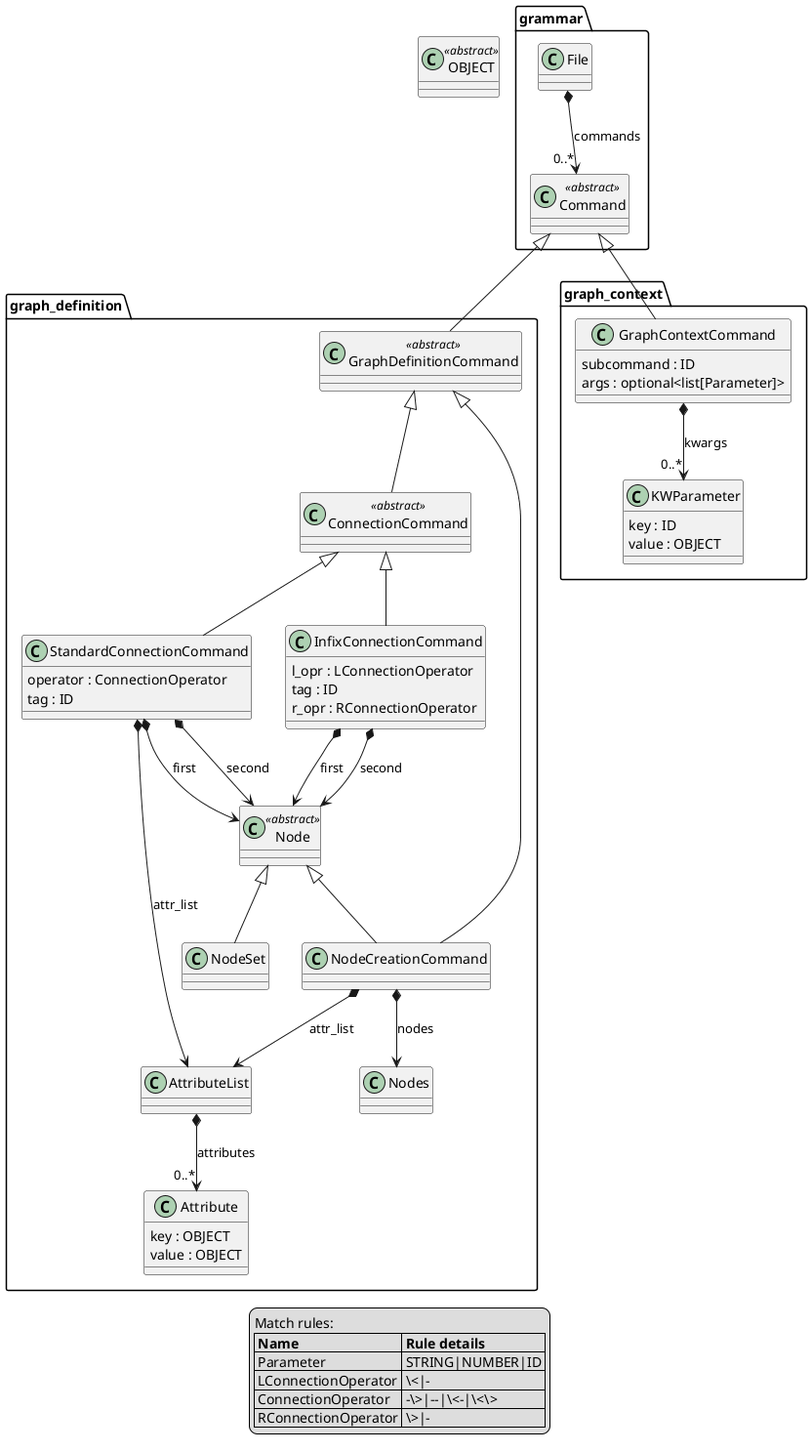
Earlier version of the PlantUML export grammar.png (aleksa-dejanovic/GMLang).
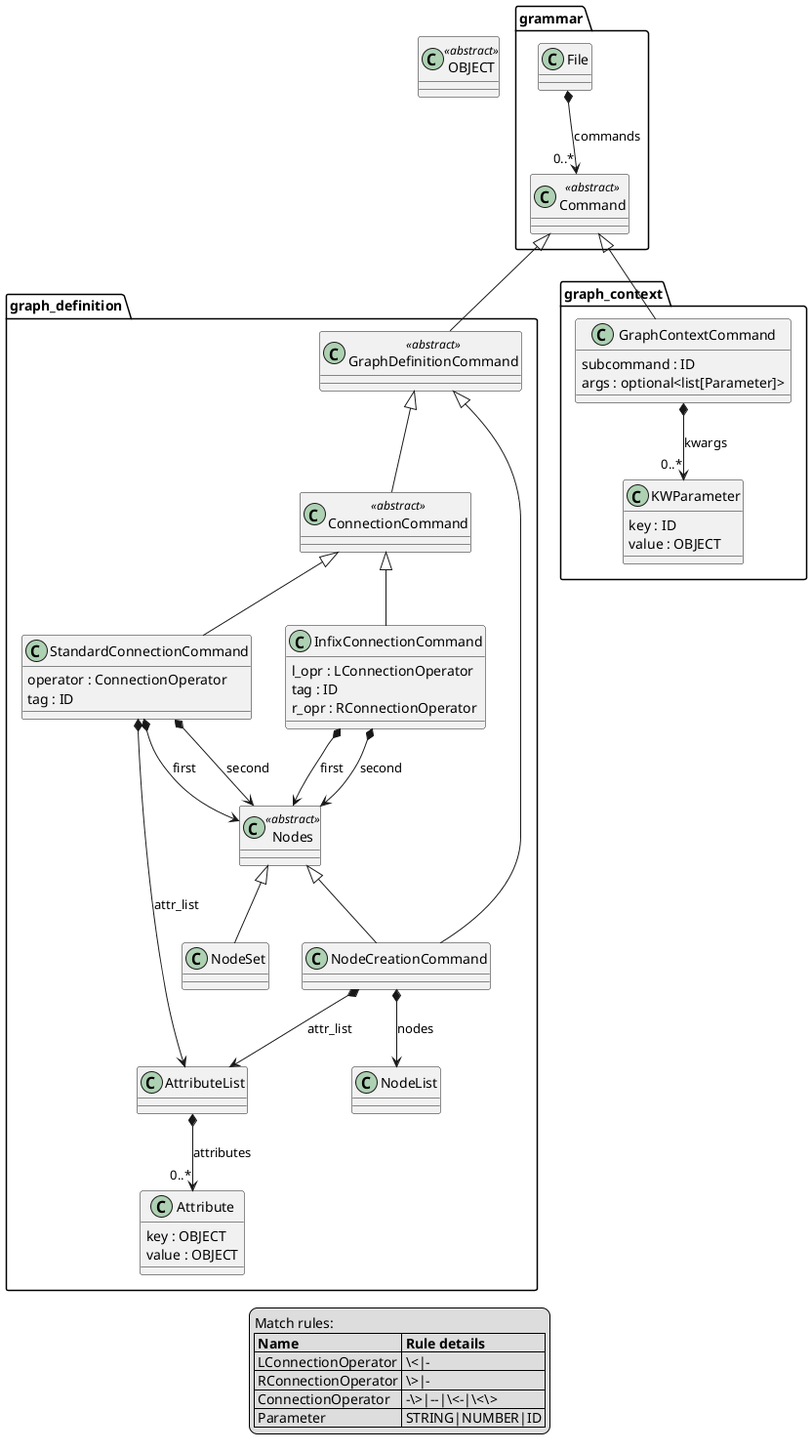
The same file after the commit.

Commit message:
Ref: change Nodes rule names

What changed in the source:
```diff
@@ -15,7 +15,7 @@
 }
 
 
-class graph_definition.Node <<abstract>> {
+class graph_definition.Nodes <<abstract>> {
 }
 
 
@@ -33,7 +33,7 @@
 }
 
 
-class graph_definition.Nodes  {
+class graph_definition.NodeList  {
 }
 
 
@@ -75,16 +75,16 @@
 grammar.Command <|-- graph_context.GraphContextCommand
 graph_definition.GraphDefinitionCommand <|-- graph_definition.ConnectionCommand
 graph_definition.GraphDefinitionCommand <|-- graph_definition.NodeCreationCommand
-graph_definition.Node <|-- graph_definition.NodeCreationCommand
-graph_definition.Node <|-- graph_definition.NodeSet
+graph_definition.Nodes <|-- graph_definition.NodeCreationCommand
+graph_definition.Nodes <|-- graph_definition.NodeSet
 graph_definition.ConnectionCommand <|-- graph_definition.StandardConnectionCommand
 graph_definition.ConnectionCommand <|-- graph_definition.InfixConnectionCommand
-graph_definition.StandardConnectionCommand *-->  graph_definition.Node: first
-graph_definition.StandardConnectionCommand *-->  graph_definition.Node: second
+graph_definition.StandardConnectionCommand *-->  graph_definition.Nodes: first
+graph_definition.StandardConnectionCommand *-->  graph_definition.Nodes: second
 graph_definition.StandardConnectionCommand *-->  graph_definition.AttributeList: attr_list
-graph_definition.InfixConnectionCommand *-->  graph_definition.Node: first
-graph_definition.InfixConnectionCommand *-->  graph_definition.Node: second
-graph_definition.NodeCreationCommand *-->  graph_definition.Nodes: nodes
+graph_definition.InfixConnectionCommand *-->  graph_definition.Nodes: first
+graph_definition.InfixConnectionCommand *-->  graph_definition.Nodes: second
+graph_definition.NodeCreationCommand *-->  graph_definition.NodeList: nodes
 graph_definition.NodeCreationCommand *-->  graph_definition.AttributeList: attr_list
 graph_definition.AttributeList *--> "0..*" graph_definition.Attribute: attributes
 
@@ -104,10 +104,10 @@
 legend
   Match rules:
   |= Name  |= Rule details |
+  | LConnectionOperator | \<\|- |
+  | RConnectionOperator | \>\|- |
+  | ConnectionOperator | -\>\|--\|\<-\|\<\> |
   | Parameter | STRING\|NUMBER\|ID |
-  | LConnectionOperator | \<\|- |
-  | ConnectionOperator | -\>\|--\|\<-\|\<\> |
-  | RConnectionOperator | \>\|- |
 end legend
 
 @enduml
```
